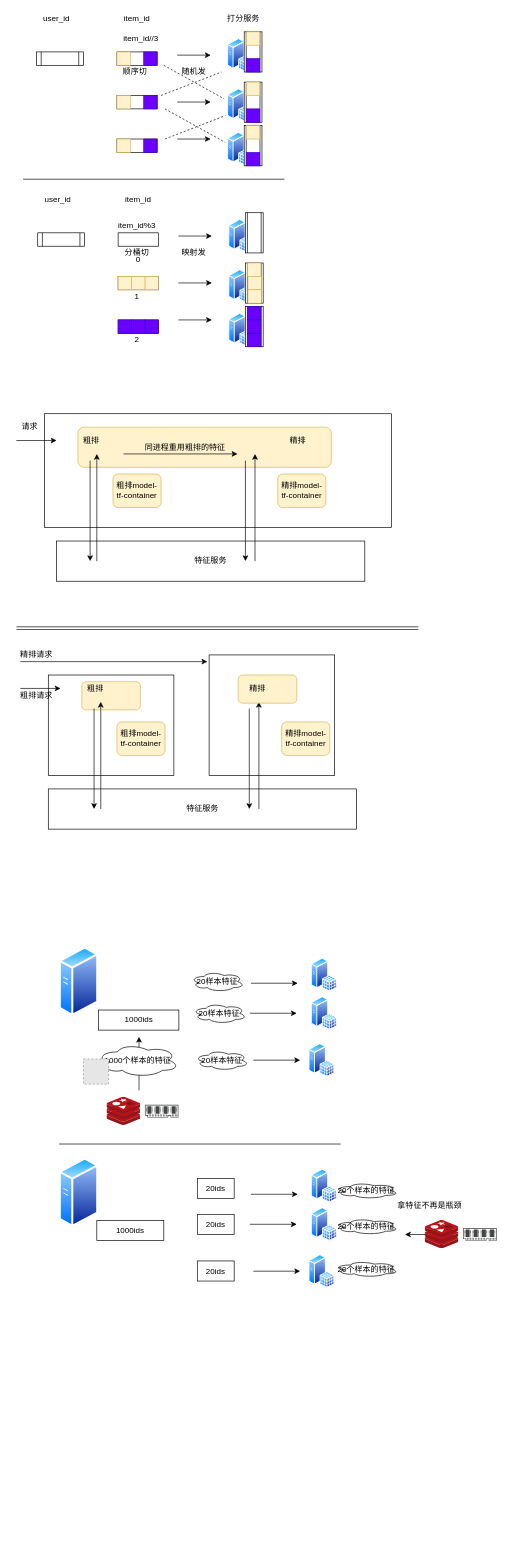
This is Untitled Diagram.drawio from hudengjunai/Colab_notebooks, a draw.io file, before an edit. Source tidied: cells renumbered, new cells numbered last; positions are measured from the earlier drawing's top-left corner, leaving out a move shared by most shapes. Both pictures are drawn from the tidied source at 67%, with x=0, y=0 at pixel (16, 11). Pictures stored in the file or linked from it are replaced by grey dashed boxes.
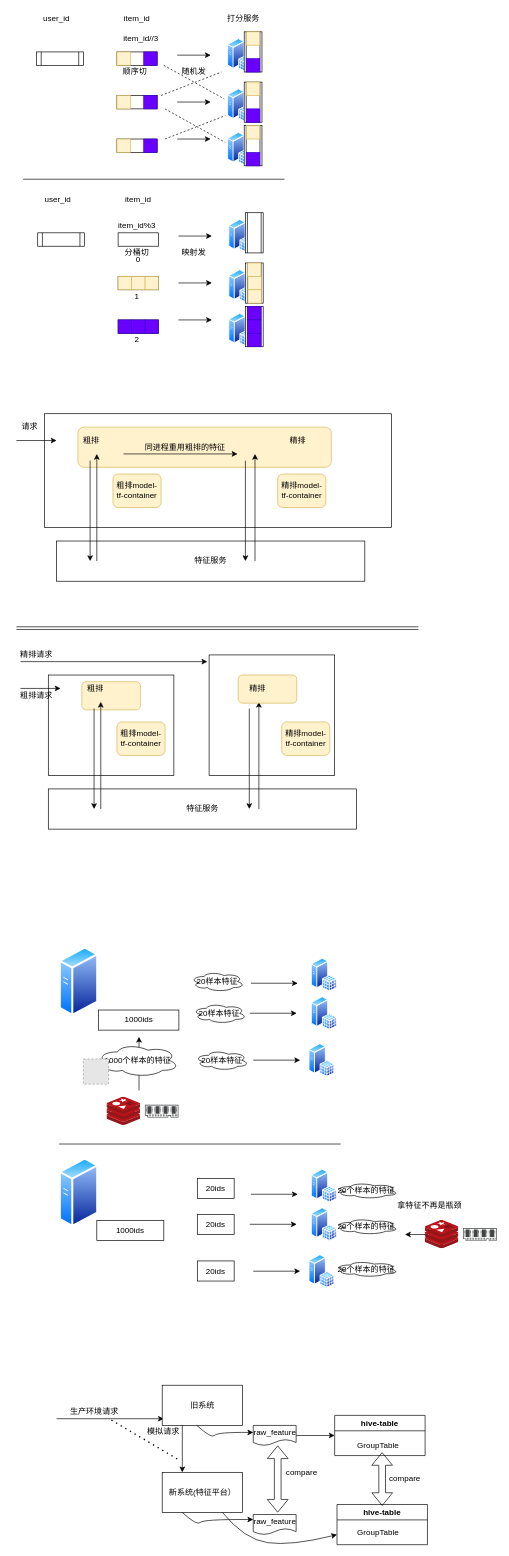
The same diagram, later.

The edit, as a diff of the source:
```diff
@@
+    <mxCell id="140" style="endArrow=classic;html=1;" parent="1" edge="1">
+      <mxGeometry relative="1" as="geometry">
+        <mxPoint x="60" y="2100" as="sourcePoint" />
+        <mxPoint x="220" y="2100" as="targetPoint" />
+      </mxGeometry>
+    </mxCell>
+    <mxCell id="141" value="生产环境请求" style="text;html=1;strokeColor=none;fillColor=none;align=center;verticalAlign=middle;whiteSpace=wrap;rounded=0;" parent="1" vertex="1">
+      <mxGeometry x="73.2" y="2080" width="86.8" height="20" as="geometry" />
+    </mxCell>
+    <mxCell id="142" value="旧系统" style="rounded=0;whiteSpace=wrap;html=1;" parent="1" vertex="1">
+      <mxGeometry x="217.6" y="2050" width="120" height="60" as="geometry" />
+    </mxCell>
+    <mxCell id="143" value="新系统(特征平台）" style="rounded=0;whiteSpace=wrap;html=1;" parent="1" vertex="1">
+      <mxGeometry x="217.6" y="2180" width="120" height="60" as="geometry" />
+    </mxCell>
+    <mxCell id="144" style="endArrow=classic;html=1;entryX=0.25;entryY=0;entryDx=0;entryDy=0;exitX=0.25;exitY=1;exitDx=0;exitDy=0;" parent="1" edge="1" source="142" target="143">
+      <mxGeometry relative="1" as="geometry" />
+    </mxCell>
+    <mxCell id="145" value="模拟请求" style="text;html=1;strokeColor=none;fillColor=none;align=center;verticalAlign=middle;whiteSpace=wrap;rounded=0;" parent="1" vertex="1">
+      <mxGeometry x="191.8" y="2110" width="55" height="20" as="geometry" />
+    </mxCell>
+    <mxCell id="146" style="endArrow=none;dashed=1;html=1;dashPattern=1 3;strokeWidth=2;entryX=0.75;entryY=1;entryDx=0;entryDy=0;" parent="1" edge="1" target="141">
+      <mxGeometry relative="1" as="geometry">
+        <mxPoint x="240" y="2160" as="sourcePoint" />
+      </mxGeometry>
+    </mxCell>
+    <mxCell id="147" value="raw_feature" style="shape=document;whiteSpace=wrap;html=1;boundedLbl=1;" parent="1" vertex="1">
+      <mxGeometry x="353.5" y="2110" width="64" height="30" as="geometry" />
+    </mxCell>
+    <mxCell id="148" value="raw_feature" style="shape=document;whiteSpace=wrap;html=1;boundedLbl=1;" parent="1" vertex="1">
+      <mxGeometry x="353.5" y="2243" width="64" height="30" as="geometry" />
+    </mxCell>
+    <mxCell id="149" style="curved=1;endArrow=classic;html=1;exitX=0.25;exitY=1;exitDx=0;exitDy=0;entryX=0;entryY=0.25;entryDx=0;entryDy=0;" parent="1" edge="1" source="143" target="148">
+      <mxGeometry relative="1" as="geometry">
+        <Array as="points">
+          <mxPoint x="270" y="2260" />
+          <mxPoint x="278" y="2250" />
+        </Array>
+      </mxGeometry>
+    </mxCell>
+    <mxCell id="150" style="curved=1;endArrow=classic;html=1;exitX=0.25;exitY=1;exitDx=0;exitDy=0;entryX=0;entryY=0.25;entryDx=0;entryDy=0;" parent="1" edge="1">
+      <mxGeometry relative="1" as="geometry">
+        <mxPoint x="269.2" y="2110" as="sourcePoint" />
+        <mxPoint x="353.5" y="2120.5" as="targetPoint" />
+        <Array as="points">
+          <mxPoint x="291.6" y="2130" />
+          <mxPoint x="299.6" y="2120" />
+        </Array>
+      </mxGeometry>
+    </mxCell>
+    <mxCell id="151" style="shape=flexArrow;endArrow=classic;startArrow=classic;html=1;" parent="1" edge="1">
+      <mxGeometry relative="1" as="geometry">
+        <mxPoint x="390" y="2240" as="sourcePoint" />
+        <mxPoint x="390" y="2140" as="targetPoint" />
+      </mxGeometry>
+    </mxCell>
+    <mxCell id="152" value="compare" style="text;html=1;strokeColor=none;fillColor=none;align=center;verticalAlign=middle;whiteSpace=wrap;rounded=0;" parent="1" vertex="1">
+      <mxGeometry x="405.9" y="2170" width="40" height="20" as="geometry" />
+    </mxCell>
+    <mxCell id="153" value="hive-table" style="swimlane;" parent="1" vertex="1">
+      <mxGeometry x="475" y="2095" width="135" height="60" as="geometry" />
+    </mxCell>
+    <mxCell id="154" value="GroupTable" style="text;html=1;strokeColor=none;fillColor=none;align=center;verticalAlign=middle;whiteSpace=wrap;rounded=0;" parent="153" vertex="1">
+      <mxGeometry x="45" y="35" width="40" height="20" as="geometry" />
+    </mxCell>
+    <mxCell id="155" style="endArrow=classic;html=1;exitX=1;exitY=0.5;exitDx=0;exitDy=0;entryX=0;entryY=0.5;entryDx=0;entryDy=0;" parent="1" edge="1" source="147" target="153">
+      <mxGeometry relative="1" as="geometry" />
+    </mxCell>
+    <mxCell id="156" value="hive-table" style="swimlane;" parent="1" vertex="1">
+      <mxGeometry x="478.5" y="2228" width="135" height="60" as="geometry" />
+    </mxCell>
+    <mxCell id="157" value="GroupTable" style="text;html=1;strokeColor=none;fillColor=none;align=center;verticalAlign=middle;whiteSpace=wrap;rounded=0;" parent="156" vertex="1">
+      <mxGeometry x="41.5" y="32" width="40" height="20" as="geometry" />
+    </mxCell>
+    <mxCell id="158" style="shape=flexArrow;endArrow=classic;startArrow=classic;html=1;" parent="1" edge="1">
+      <mxGeometry relative="1" as="geometry">
+        <mxPoint x="546" y="2230" as="sourcePoint" />
+        <mxPoint x="545.8" y="2150" as="targetPoint" />
+      </mxGeometry>
+    </mxCell>
+    <mxCell id="159" value="compare" style="text;html=1;strokeColor=none;fillColor=none;align=center;verticalAlign=middle;whiteSpace=wrap;rounded=0;" parent="1" vertex="1">
+      <mxGeometry x="560" y="2180" width="40" height="20" as="geometry" />
+    </mxCell>
+    <mxCell id="160" style="curved=1;endArrow=classic;html=1;exitX=0.75;exitY=1;exitDx=0;exitDy=0;entryX=0;entryY=0.75;entryDx=0;entryDy=0;" parent="1" edge="1" source="143" target="156">
+      <mxGeometry relative="1" as="geometry">
+        <Array as="points">
+          <mxPoint x="340" y="2280" />
+          <mxPoint x="410" y="2290" />
+        </Array>
+      </mxGeometry>
+    </mxCell>
```
